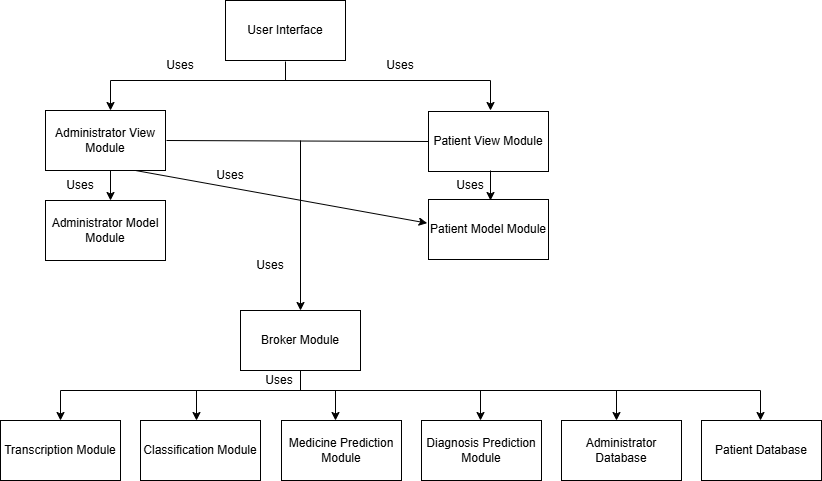
Before: docs/Design/SoftArchitecture/user-hierarchy.png, a diagram exported from draw.io (PKALXI/RapidCare). Source tidied: cells renumbered, new cells last; positions are measured from the earlier drawing's top-left corner, leaving out a move shared by most shapes.
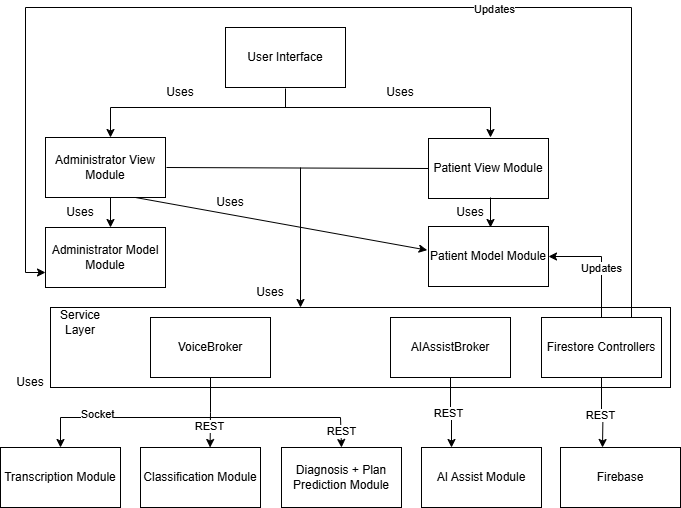
Above is the later version.

What changed in the source:
```diff
@@ -17,8 +17,8 @@
     <mxCell id="6" value="Patient Model Module" style="rounded=0;whiteSpace=wrap;html=1;" parent="1" vertex="1">
       <mxGeometry x="428" y="199" width="120" height="60" as="geometry" />
     </mxCell>
-    <mxCell id="7" value="Broker Module" style="rounded=0;whiteSpace=wrap;html=1;" parent="1" vertex="1">
-      <mxGeometry x="240" y="310" width="120" height="60" as="geometry" />
+    <mxCell id="7" style="rounded=0;whiteSpace=wrap;html=1;" parent="1" vertex="1">
+      <mxGeometry x="50" y="280" width="620" height="80" as="geometry" />
     </mxCell>
     <mxCell id="8" style="endArrow=none;html=1;rounded=0;" parent="1" edge="1">
       <mxGeometry relative="1" as="geometry">
@@ -61,7 +61,7 @@
         <mxPoint x="166" y="140" as="sourcePoint" />
       </mxGeometry>
     </mxCell>
-    <mxCell id="15" style="endArrow=classic;html=1;rounded=0;entryX=0.5;entryY=0;entryDx=0;entryDy=0;" parent="1" edge="1" target="7">
+    <mxCell id="15" style="endArrow=classic;html=1;rounded=0;entryX=1;entryY=1;entryDx=0;entryDy=0;" parent="1" edge="1" target="35">
       <mxGeometry relative="1" as="geometry">
         <mxPoint x="300" y="140" as="sourcePoint" />
       </mxGeometry>
@@ -75,66 +75,12 @@
     <mxCell id="18" value="Classification Module" style="rounded=0;whiteSpace=wrap;html=1;" parent="1" vertex="1">
       <mxGeometry x="140" y="420" width="120" height="60" as="geometry" />
     </mxCell>
-    <mxCell id="19" value="Medicine Prediction Module" style="rounded=0;whiteSpace=wrap;html=1;" parent="1" vertex="1">
+    <mxCell id="19" value="Diagnosis + Plan Prediction Module" style="rounded=0;whiteSpace=wrap;html=1;" parent="1" vertex="1">
       <mxGeometry x="281" y="420" width="120" height="60" as="geometry" />
     </mxCell>
-    <mxCell id="20" value="Diagnosis Prediction Module" style="rounded=0;whiteSpace=wrap;html=1;" parent="1" vertex="1">
+    <mxCell id="20" value="AI Assist Module" style="rounded=0;whiteSpace=wrap;html=1;" parent="1" vertex="1">
       <mxGeometry x="421" y="420" width="120" height="60" as="geometry" />
     </mxCell>
-    <mxCell id="21" value="Administrator Database" style="rounded=0;whiteSpace=wrap;html=1;" parent="1" vertex="1">
-      <mxGeometry x="561" y="420" width="120" height="60" as="geometry" />
-    </mxCell>
-    <mxCell id="22" value="Patient Database" style="rounded=0;whiteSpace=wrap;html=1;" parent="1" vertex="1">
-      <mxGeometry x="701" y="420" width="120" height="60" as="geometry" />
-    </mxCell>
-    <mxCell id="23" style="endArrow=none;html=1;rounded=0;" parent="1" edge="1">
-      <mxGeometry relative="1" as="geometry">
-        <mxPoint x="300" y="370" as="sourcePoint" />
-        <mxPoint x="300" y="390" as="targetPoint" />
-      </mxGeometry>
-    </mxCell>
-    <mxCell id="24" style="endArrow=none;html=1;rounded=0;" parent="1" edge="1">
-      <mxGeometry relative="1" as="geometry">
-        <mxPoint x="60" y="390" as="sourcePoint" />
-        <mxPoint x="760" y="390" as="targetPoint" />
-      </mxGeometry>
-    </mxCell>
-    <mxCell id="25" style="endArrow=classic;html=1;rounded=0;" parent="1" edge="1">
-      <mxGeometry relative="1" as="geometry">
-        <mxPoint x="60" y="390" as="sourcePoint" />
-        <mxPoint x="60" y="420" as="targetPoint" />
-      </mxGeometry>
-    </mxCell>
-    <mxCell id="26" style="endArrow=classic;html=1;rounded=0;" parent="1" edge="1">
-      <mxGeometry relative="1" as="geometry">
-        <mxPoint x="196" y="390" as="sourcePoint" />
-        <mxPoint x="196" y="420" as="targetPoint" />
-      </mxGeometry>
-    </mxCell>
-    <mxCell id="27" style="endArrow=classic;html=1;rounded=0;" parent="1" edge="1">
-      <mxGeometry relative="1" as="geometry">
-        <mxPoint x="335" y="390" as="sourcePoint" />
-        <mxPoint x="335" y="420" as="targetPoint" />
-      </mxGeometry>
-    </mxCell>
-    <mxCell id="28" style="endArrow=classic;html=1;rounded=0;" parent="1" edge="1">
-      <mxGeometry relative="1" as="geometry">
-        <mxPoint x="480" y="390" as="sourcePoint" />
-        <mxPoint x="480" y="420" as="targetPoint" />
-      </mxGeometry>
-    </mxCell>
-    <mxCell id="29" style="endArrow=classic;html=1;rounded=0;" parent="1" edge="1">
-      <mxGeometry relative="1" as="geometry">
-        <mxPoint x="616" y="390" as="sourcePoint" />
-        <mxPoint x="616" y="420" as="targetPoint" />
-      </mxGeometry>
-    </mxCell>
-    <mxCell id="30" style="endArrow=classic;html=1;rounded=0;" parent="1" edge="1">
-      <mxGeometry relative="1" as="geometry">
-        <mxPoint x="760" y="390" as="sourcePoint" />
-        <mxPoint x="760" y="420" as="targetPoint" />
-      </mxGeometry>
-    </mxCell>
     <mxCell id="31" value="Uses" style="text;html=1;align=center;verticalAlign=middle;whiteSpace=wrap;rounded=0;" parent="1" vertex="1">
       <mxGeometry x="150" y="50" width="60" height="30" as="geometry" />
     </mxCell>
@@ -151,10 +97,89 @@
       <mxGeometry x="240" y="250" width="60" height="30" as="geometry" />
     </mxCell>
     <mxCell id="36" value="Uses" style="text;html=1;align=center;verticalAlign=middle;whiteSpace=wrap;rounded=0;" parent="1" vertex="1">
-      <mxGeometry x="249" y="365" width="60" height="30" as="geometry" />
+      <mxGeometry y="340" width="60" height="30" as="geometry" />
     </mxCell>
     <mxCell id="37" value="Uses" style="text;html=1;align=center;verticalAlign=middle;whiteSpace=wrap;rounded=0;" parent="1" vertex="1">
       <mxGeometry x="440" y="170" width="60" height="30" as="geometry" />
     </mxCell>
+    <mxCell id="38" value="Firebase" style="rounded=0;whiteSpace=wrap;html=1;" parent="1" vertex="1">
+      <mxGeometry x="560" y="420" width="120" height="60" as="geometry" />
+    </mxCell>
+    <mxCell id="39" value="VoiceBroker" style="rounded=0;whiteSpace=wrap;html=1;" parent="1" vertex="1">
+      <mxGeometry x="150" y="290" width="120" height="60" as="geometry" />
+    </mxCell>
+    <mxCell id="40" style="edgeStyle=orthogonalEdgeStyle;rounded=0;jettySize=auto;html=1;entryX=0.25;entryY=0;entryDx=0;entryDy=0;" parent="1" edge="1" source="42" target="20">
+      <mxGeometry relative="1" as="geometry" />
+    </mxCell>
+    <mxCell id="41" value="REST" style="edgeLabel;html=1;align=center;verticalAlign=middle;" parent="40" vertex="1">
+      <mxGeometry x="-0.02" y="-3" relative="1" as="geometry">
+        <mxPoint x="-3" y="-3" as="offset" />
+      </mxGeometry>
+    </mxCell>
+    <mxCell id="42" value="AIAssistBroker" style="rounded=0;whiteSpace=wrap;html=1;" parent="1" vertex="1">
+      <mxGeometry x="390" y="290" width="120" height="60" as="geometry" />
+    </mxCell>
+    <mxCell id="43" style="edgeStyle=orthogonalEdgeStyle;rounded=0;jettySize=auto;html=1;exitX=0.5;exitY=0;exitDx=0;exitDy=0;entryX=1;entryY=0.5;entryDx=0;entryDy=0;" parent="1" edge="1" source="47" target="6">
+      <mxGeometry relative="1" as="geometry" />
+    </mxCell>
+    <mxCell id="44" value="Updates" style="edgeLabel;html=1;align=center;verticalAlign=middle;" parent="43" vertex="1">
+      <mxGeometry x="-0.12" y="1" relative="1" as="geometry" />
+    </mxCell>
+    <mxCell id="45" style="edgeStyle=orthogonalEdgeStyle;rounded=0;jettySize=auto;html=1;exitX=0.75;exitY=0;exitDx=0;exitDy=0;entryX=0;entryY=0.75;entryDx=0;entryDy=0;" parent="1" edge="1" source="47" target="5">
+      <mxGeometry relative="1" as="geometry">
+        <Array as="points">
+          <mxPoint x="631" y="-20" />
+          <mxPoint x="25" y="-20" />
+          <mxPoint x="25" y="245" />
+        </Array>
+      </mxGeometry>
+    </mxCell>
+    <mxCell id="46" value="Updates" style="edgeLabel;html=1;align=center;verticalAlign=middle;" parent="45" vertex="1">
+      <mxGeometry x="-0.25" y="1" relative="1" as="geometry" />
+    </mxCell>
+    <mxCell id="47" value="Firestore Controllers" style="rounded=0;whiteSpace=wrap;html=1;" parent="1" vertex="1">
+      <mxGeometry x="541" y="290" width="120" height="60" as="geometry" />
+    </mxCell>
+    <mxCell id="48" value="Service Layer" style="text;html=1;align=center;verticalAlign=middle;whiteSpace=wrap;rounded=0;" parent="1" vertex="1">
+      <mxGeometry x="50" y="280" width="60" height="30" as="geometry" />
+    </mxCell>
+    <mxCell id="49" style="edgeStyle=orthogonalEdgeStyle;rounded=0;jettySize=auto;html=1;" parent="1" edge="1" source="47">
+      <mxGeometry relative="1" as="geometry">
+        <mxPoint x="602" y="420" as="targetPoint" />
+      </mxGeometry>
+    </mxCell>
+    <mxCell id="50" value="REST" style="edgeLabel;html=1;align=center;verticalAlign=middle;" parent="49" vertex="1">
+      <mxGeometry x="-0.02" y="-3" relative="1" as="geometry">
+        <mxPoint x="-2" y="-1" as="offset" />
+      </mxGeometry>
+    </mxCell>
+    <mxCell id="51" style="edgeStyle=orthogonalEdgeStyle;rounded=0;jettySize=auto;html=1;exitX=0.5;exitY=1;exitDx=0;exitDy=0;entryX=0.58;entryY=0;entryDx=0;entryDy=0;entryPerimeter=0;" parent="1" edge="1" source="39" target="18">
+      <mxGeometry relative="1" as="geometry" />
+    </mxCell>
+    <mxCell id="52" value="REST" style="edgeLabel;html=1;align=center;verticalAlign=middle;" parent="51" vertex="1">
+      <mxGeometry x="0.4" y="-1" relative="1" as="geometry" />
+    </mxCell>
+    <mxCell id="53" style="endArrow=none;html=1;rounded=0;" parent="1" edge="1">
+      <mxGeometry relative="1" as="geometry">
+        <mxPoint x="60" y="390" as="sourcePoint" />
+        <mxPoint x="340" y="390" as="targetPoint" />
+      </mxGeometry>
+    </mxCell>
+    <mxCell id="54" value="Socket" style="edgeLabel;html=1;align=center;verticalAlign=middle;" parent="53" vertex="1">
+      <mxGeometry x="-0.74" y="4" relative="1" as="geometry" />
+    </mxCell>
+    <mxCell id="55" style="endArrow=classic;html=1;rounded=0;entryX=0.5;entryY=0;entryDx=0;entryDy=0;" parent="1" edge="1" target="17">
+      <mxGeometry relative="1" as="geometry">
+        <mxPoint x="60" y="390" as="sourcePoint" />
+      </mxGeometry>
+    </mxCell>
+    <mxCell id="56" style="endArrow=classic;html=1;rounded=0;entryX=0.5;entryY=0;entryDx=0;entryDy=0;" parent="1" edge="1" target="19">
+      <mxGeometry relative="1" as="geometry">
+        <mxPoint x="340" y="390" as="sourcePoint" />
+      </mxGeometry>
+    </mxCell>
+    <mxCell id="57" value="REST" style="edgeLabel;html=1;align=center;verticalAlign=middle;" parent="56" vertex="1">
+      <mxGeometry x="-0.08" relative="1" as="geometry" />
+    </mxCell>
   </root>
 </mxGraphModel>
```
